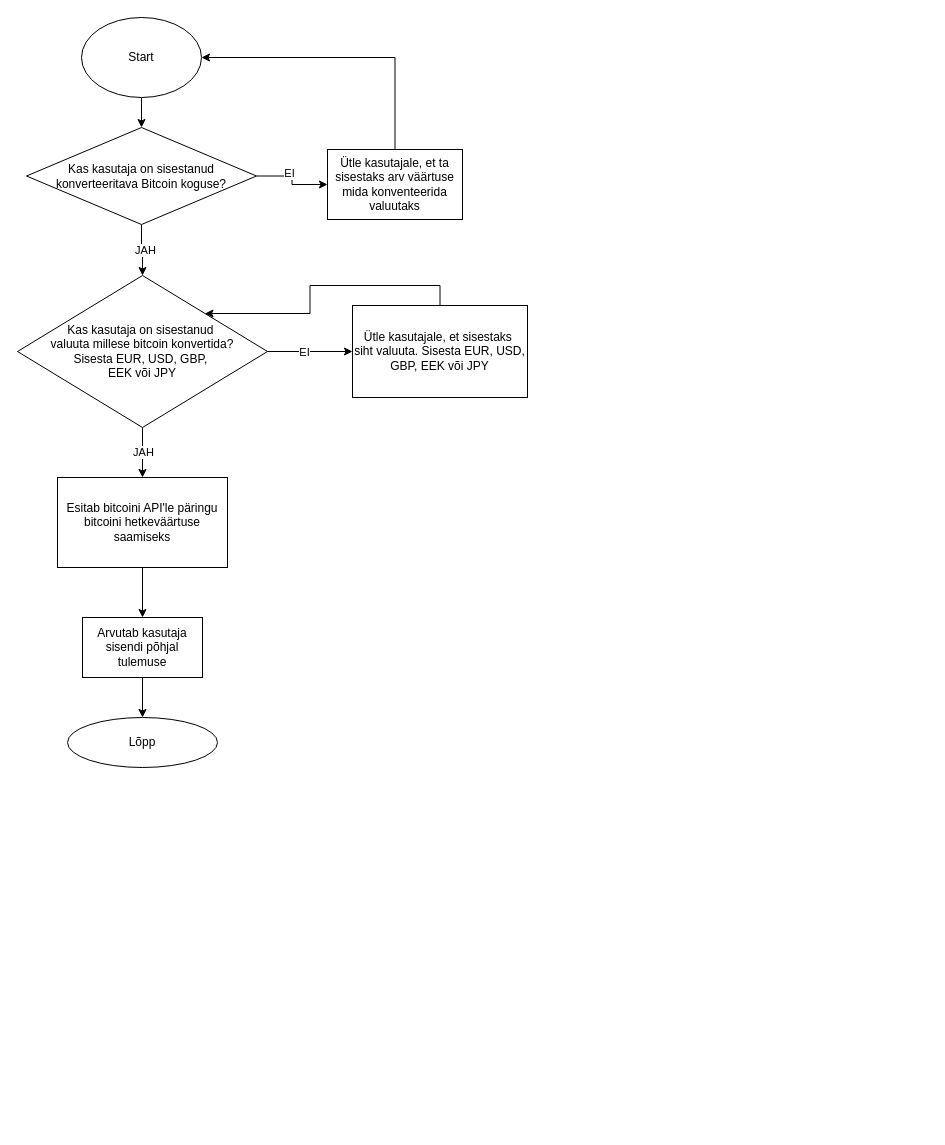
corvert/TaapTARge24 keeps this draw.io diagram as Pealkirjata diagramm.drawio. Above is the earlier version. Source tidied: cells renumbered, new cells numbered last; positions are measured from the earlier drawing's top-left corner, leaving out a move shared by most shapes. Both pictures are drawn from the tidied source at 100%, with x=0, y=0 at pixel (17, 17).
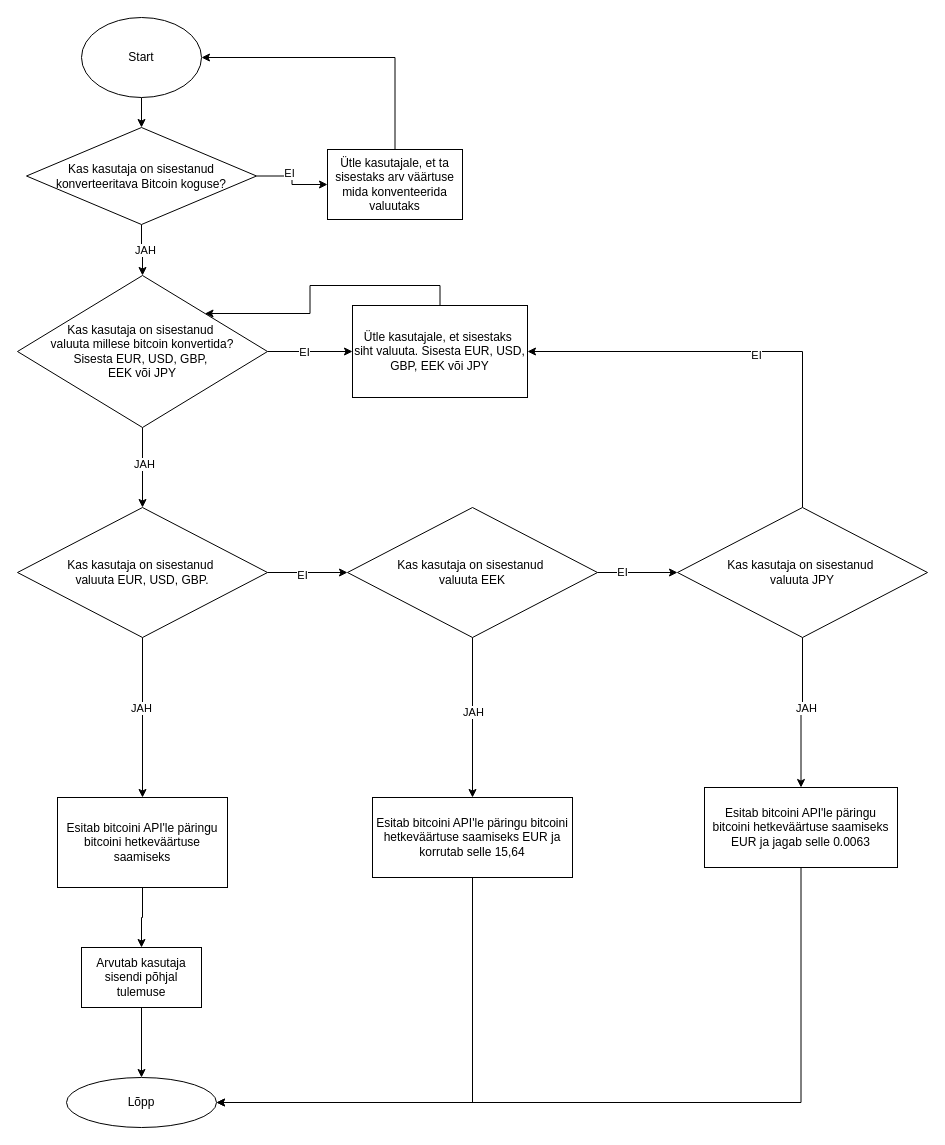
Above is the later version.

Commit message (it also covers changes not shown here):
Uuenda diagramm

The change refers to these unchanged cells:
```xml
<mxCell id="15" value="Kas kasutaja on sisestanud&amp;nbsp;&lt;div&gt;valuuta&amp;nbsp;&lt;span style=&quot;background-color: initial;&quot;&gt;millese bitcoin konvertida?&lt;/span&gt;&lt;/div&gt;&lt;div&gt;Sisesta EUR, USD, GBP,&amp;nbsp;&lt;/div&gt;&lt;div&gt;EEK või JPY&lt;/div&gt;" style="rhombus;whiteSpace=wrap;html=1;" parent="1" vertex="1">
  <mxGeometry y="258" width="250" height="152" as="geometry" />
</mxCell>
<mxCell id="17" value="Ütle kasutajale, et sisestaks&amp;nbsp;&lt;div&gt;siht valuuta.&amp;nbsp;&lt;span style=&quot;background-color: initial;&quot;&gt;Sisesta EUR, USD, GBP,&amp;nbsp;&lt;/span&gt;&lt;span style=&quot;background-color: initial;&quot;&gt;EEK või JPY&lt;/span&gt;&lt;/div&gt;" style="whiteSpace=wrap;html=1;" parent="1" vertex="1">
  <mxGeometry x="335" y="288" width="175" height="92" as="geometry" />
</mxCell>
```

Change to the diagram source:
```diff
@@
-    <mxCell id="13" style="edgeStyle=orthogonalEdgeStyle;rounded=0;jettySize=auto;html=1;" parent="1" edge="1" source="15" target="19">
-      <mxGeometry relative="1" as="geometry" />
-    </mxCell>
-    <mxCell id="14" value="JAH" style="edgeLabel;html=1;align=center;verticalAlign=middle;" parent="13" vertex="1">
-      <mxGeometry x="-0.05" relative="1" as="geometry" />
-    </mxCell>
+    <mxCell id="23" style="edgeStyle=orthogonalEdgeStyle;rounded=0;jettySize=auto;html=1;" parent="1" edge="1" source="15" target="29">
+      <mxGeometry relative="1" as="geometry" />
+    </mxCell>
+    <mxCell id="24" value="JAH" style="edgeLabel;html=1;align=center;verticalAlign=middle;" parent="23" vertex="1">
+      <mxGeometry x="-0.1" y="1" relative="1" as="geometry" />
+    </mxCell>
@@
     <mxCell id="19" value="Esitab bitcoini API'le päringu bitcoini hetkeväärtuse saamiseks" style="whiteSpace=wrap;html=1;" parent="1" vertex="1">
-      <mxGeometry x="40" y="460" width="170" height="90" as="geometry" />
+      <mxGeometry x="40" y="780" width="170" height="90" as="geometry" />
     </mxCell>
@@
     <mxCell id="21" value="Arvutab kasutaja sisendi põhjal tulemuse" style="whiteSpace=wrap;html=1;" parent="1" vertex="1">
-      <mxGeometry x="65" y="600" width="120" height="60" as="geometry" />
+      <mxGeometry x="64" y="930" width="120" height="60" as="geometry" />
     </mxCell>
     <mxCell id="22" value="Lõpp" style="ellipse;whiteSpace=wrap;html=1;" parent="1" vertex="1">
-      <mxGeometry x="50" y="700" width="150" height="50" as="geometry" />
+      <mxGeometry x="49" y="1060" width="150" height="50" as="geometry" />
     </mxCell>
+    <mxCell id="25" style="edgeStyle=orthogonalEdgeStyle;rounded=0;jettySize=auto;html=1;exitX=0.5;exitY=1;exitDx=0;exitDy=0;entryX=0.5;entryY=0;entryDx=0;entryDy=0;" parent="1" edge="1" source="29" target="19">
+      <mxGeometry relative="1" as="geometry" />
+    </mxCell>
+    <mxCell id="26" value="JAH" style="edgeLabel;html=1;align=center;verticalAlign=middle;" parent="25" vertex="1">
+      <mxGeometry x="-0.12" y="-2" relative="1" as="geometry" />
+    </mxCell>
+    <mxCell id="27" style="edgeStyle=orthogonalEdgeStyle;rounded=0;jettySize=auto;html=1;" parent="1" edge="1" source="29" target="34">
+      <mxGeometry relative="1" as="geometry" />
+    </mxCell>
+    <mxCell id="28" value="EI" style="edgeLabel;html=1;align=center;verticalAlign=middle;" parent="27" vertex="1">
+      <mxGeometry x="-0.15" y="-2" relative="1" as="geometry" />
+    </mxCell>
+    <mxCell id="29" value="Kas kasutaja on sisestanud&amp;nbsp;&lt;div&gt;valuuta&lt;span style=&quot;background-color: initial;&quot;&gt;&amp;nbsp;EUR, USD, GBP.&lt;/span&gt;&lt;/div&gt;" style="rhombus;whiteSpace=wrap;html=1;" parent="1" vertex="1">
+      <mxGeometry y="490" width="250" height="130" as="geometry" />
+    </mxCell>
+    <mxCell id="30" style="edgeStyle=orthogonalEdgeStyle;rounded=0;jettySize=auto;html=1;" parent="1" edge="1" source="34" target="36">
+      <mxGeometry relative="1" as="geometry" />
+    </mxCell>
+    <mxCell id="31" value="JAH" style="edgeLabel;html=1;align=center;verticalAlign=middle;" parent="30" vertex="1">
+      <mxGeometry x="-0.08" relative="1" as="geometry" />
+    </mxCell>
+    <mxCell id="32" style="edgeStyle=orthogonalEdgeStyle;rounded=0;jettySize=auto;html=1;" parent="1" edge="1" source="34" target="41">
+      <mxGeometry relative="1" as="geometry" />
+    </mxCell>
+    <mxCell id="33" value="EI" style="edgeLabel;html=1;align=center;verticalAlign=middle;" parent="32" vertex="1">
+      <mxGeometry x="-0.39" y="1" relative="1" as="geometry" />
+    </mxCell>
+    <mxCell id="34" value="Kas kasutaja on sisestanud&amp;nbsp;&lt;div&gt;valuuta&lt;span style=&quot;background-color: initial;&quot;&gt;&amp;nbsp;EEK&lt;/span&gt;&lt;/div&gt;" style="rhombus;whiteSpace=wrap;html=1;" parent="1" vertex="1">
+      <mxGeometry x="330" y="490" width="250" height="130" as="geometry" />
+    </mxCell>
+    <mxCell id="35" style="edgeStyle=orthogonalEdgeStyle;rounded=0;jettySize=auto;html=1;exitX=0.5;exitY=1;exitDx=0;exitDy=0;entryX=1;entryY=0.5;entryDx=0;entryDy=0;" parent="1" edge="1" source="36" target="22">
+      <mxGeometry relative="1" as="geometry" />
+    </mxCell>
+    <mxCell id="36" value="Esitab bitcoini API'le päringu bitcoini hetkeväärtuse saamiseks EUR ja korrutab selle 15,64" style="whiteSpace=wrap;html=1;" parent="1" vertex="1">
+      <mxGeometry x="355" y="780" width="200" height="80" as="geometry" />
+    </mxCell>
+    <mxCell id="37" style="edgeStyle=orthogonalEdgeStyle;rounded=0;jettySize=auto;html=1;" parent="1" edge="1" source="41" target="43">
+      <mxGeometry relative="1" as="geometry" />
+    </mxCell>
+    <mxCell id="38" value="JAH" style="edgeLabel;html=1;align=center;verticalAlign=middle;" parent="37" vertex="1">
+      <mxGeometry x="-0.07" y="3" relative="1" as="geometry" />
+    </mxCell>
+    <mxCell id="39" style="edgeStyle=orthogonalEdgeStyle;rounded=0;jettySize=auto;html=1;exitX=0.5;exitY=0;exitDx=0;exitDy=0;entryX=1;entryY=0.5;entryDx=0;entryDy=0;" parent="1" edge="1" source="41" target="17">
+      <mxGeometry relative="1" as="geometry" />
+    </mxCell>
+    <mxCell id="40" value="EI" style="edgeLabel;html=1;align=center;verticalAlign=middle;" parent="39" vertex="1">
+      <mxGeometry x="-0.06" y="3" relative="1" as="geometry" />
+    </mxCell>
+    <mxCell id="41" value="Kas kasutaja on sisestanud&amp;nbsp;&lt;div&gt;valuuta&lt;span style=&quot;background-color: initial;&quot;&gt;&amp;nbsp;JPY&lt;/span&gt;&lt;/div&gt;" style="rhombus;whiteSpace=wrap;html=1;" parent="1" vertex="1">
+      <mxGeometry x="660" y="490" width="250" height="130" as="geometry" />
+    </mxCell>
+    <mxCell id="42" style="edgeStyle=orthogonalEdgeStyle;rounded=0;jettySize=auto;html=1;exitX=0.5;exitY=1;exitDx=0;exitDy=0;entryX=1;entryY=0.5;entryDx=0;entryDy=0;" parent="1" edge="1" source="43" target="22">
+      <mxGeometry relative="1" as="geometry" />
+    </mxCell>
+    <mxCell id="43" value="Esitab bitcoini API'le päringu bitcoini hetkeväärtuse saamiseks EUR ja jagab selle&amp;nbsp;0.0063" style="whiteSpace=wrap;html=1;" parent="1" vertex="1">
+      <mxGeometry x="687" y="770" width="193" height="80" as="geometry" />
+    </mxCell>
```
